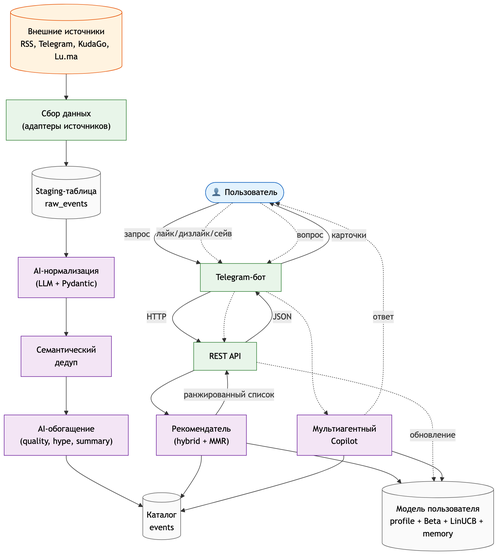
EgorBelov/event_mind keeps this Mermaid diagram as docs/diagrams/02_business_process.png. Above is the earlier version. Its source is kept beside it as docs/diagrams/02_business_process.mmd.
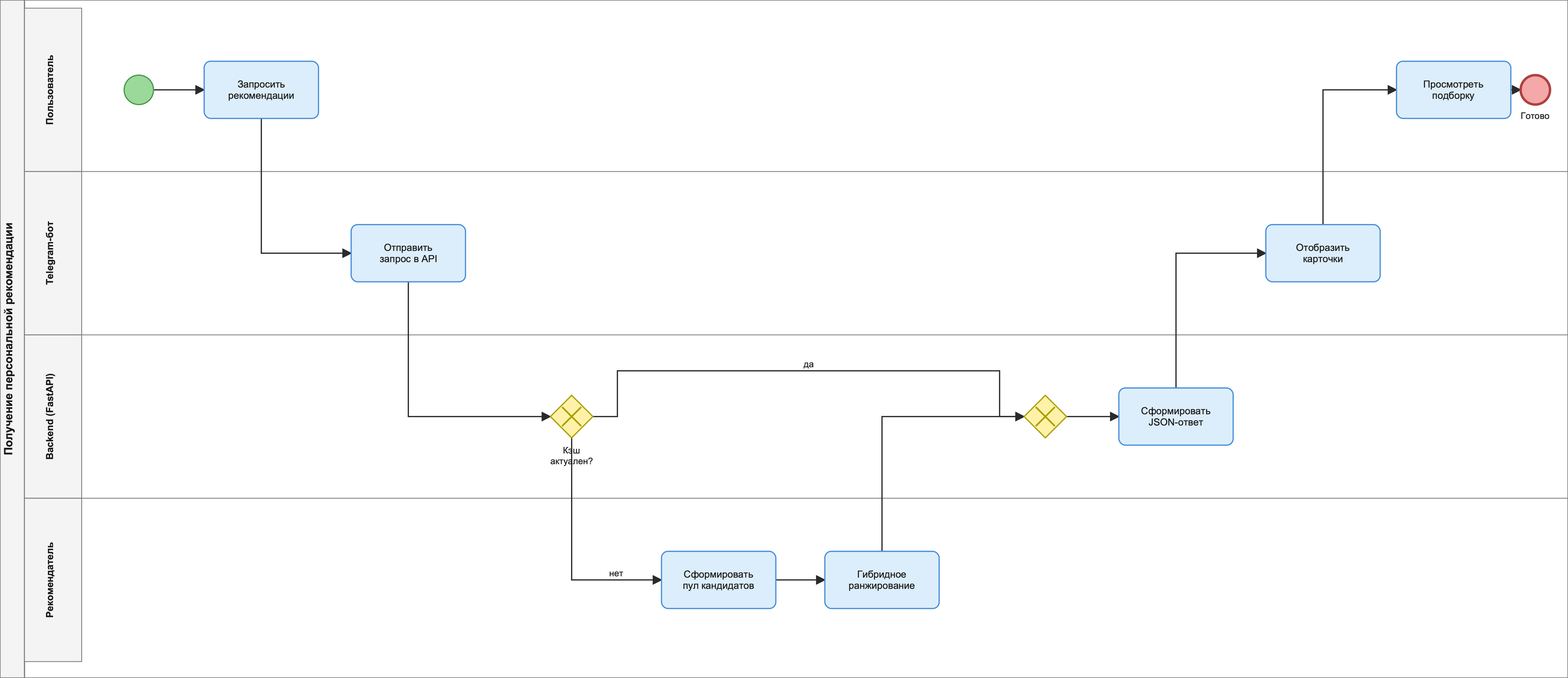
Above is the later version.

What changed in the source:
```diff
@@ -16,9 +16,8 @@
 
     USER(["👤 Пользователь"]):::user
     BOT["Telegram-бот"]:::sys
-    API["REST API"]:::sys
+    API["Backend (FastAPI)"]:::sys
     RECO["Рекомендатель<br/>(hybrid + MMR)"]:::ai
-    COPILOT["Мультиагентный<br/>Copilot"]:::ai
 
     USERMODEL[("Модель пользователя<br/>profile + Beta + LinUCB + memory")]:::db
 
@@ -41,9 +40,3 @@
     USER -.->|лайк/дизлайк/сейв| BOT
     BOT -.-> API
     API -.->|обновление| USERMODEL
-
-    USER -.->|вопрос| BOT
-    BOT -.-> COPILOT
-    COPILOT --> EVDB
-    COPILOT --> USERMODEL
-    COPILOT -.->|ответ| USER
```
